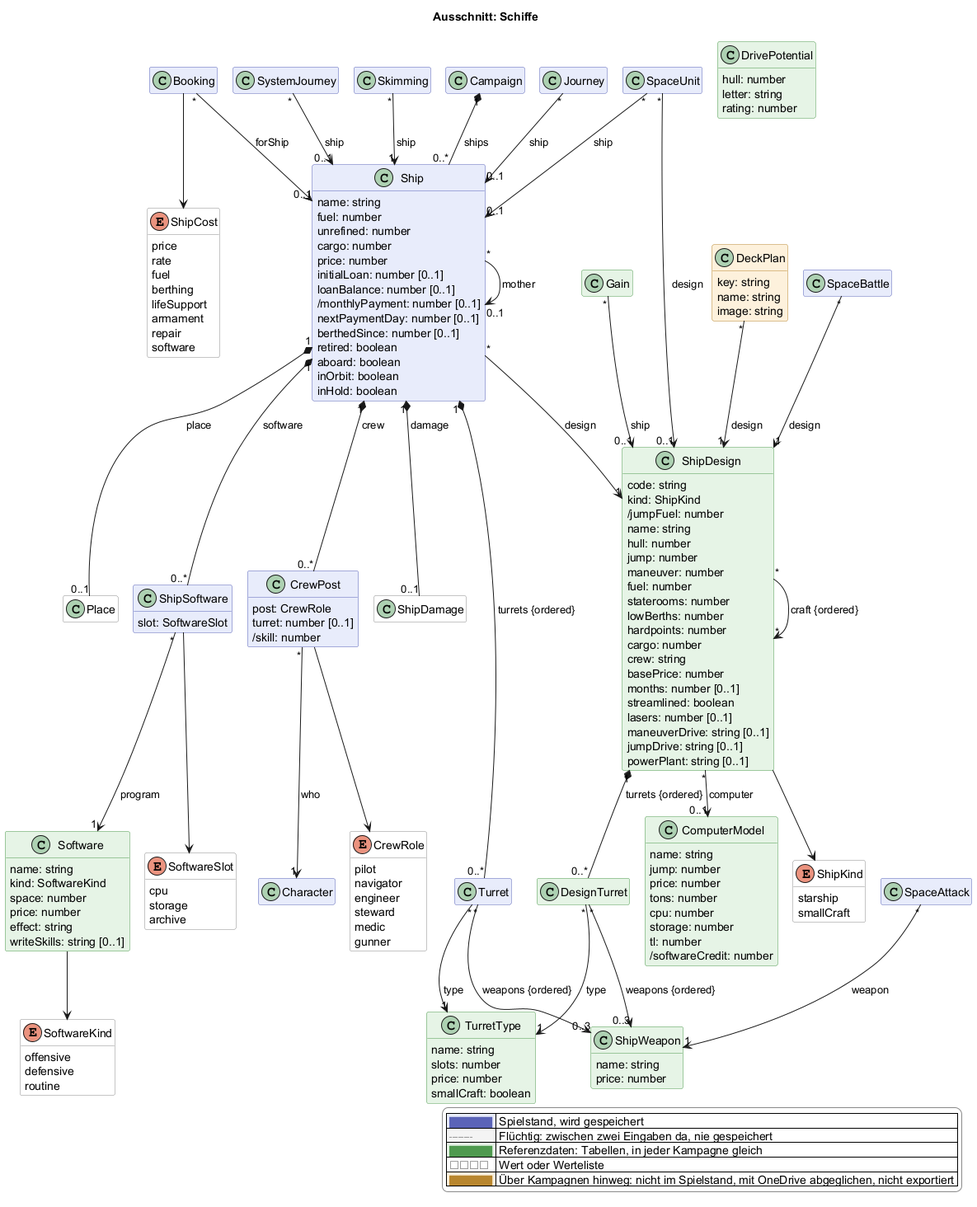
Above: docs/views/schiffe.png in scuzzar/SRE (PlantUML), before the change.
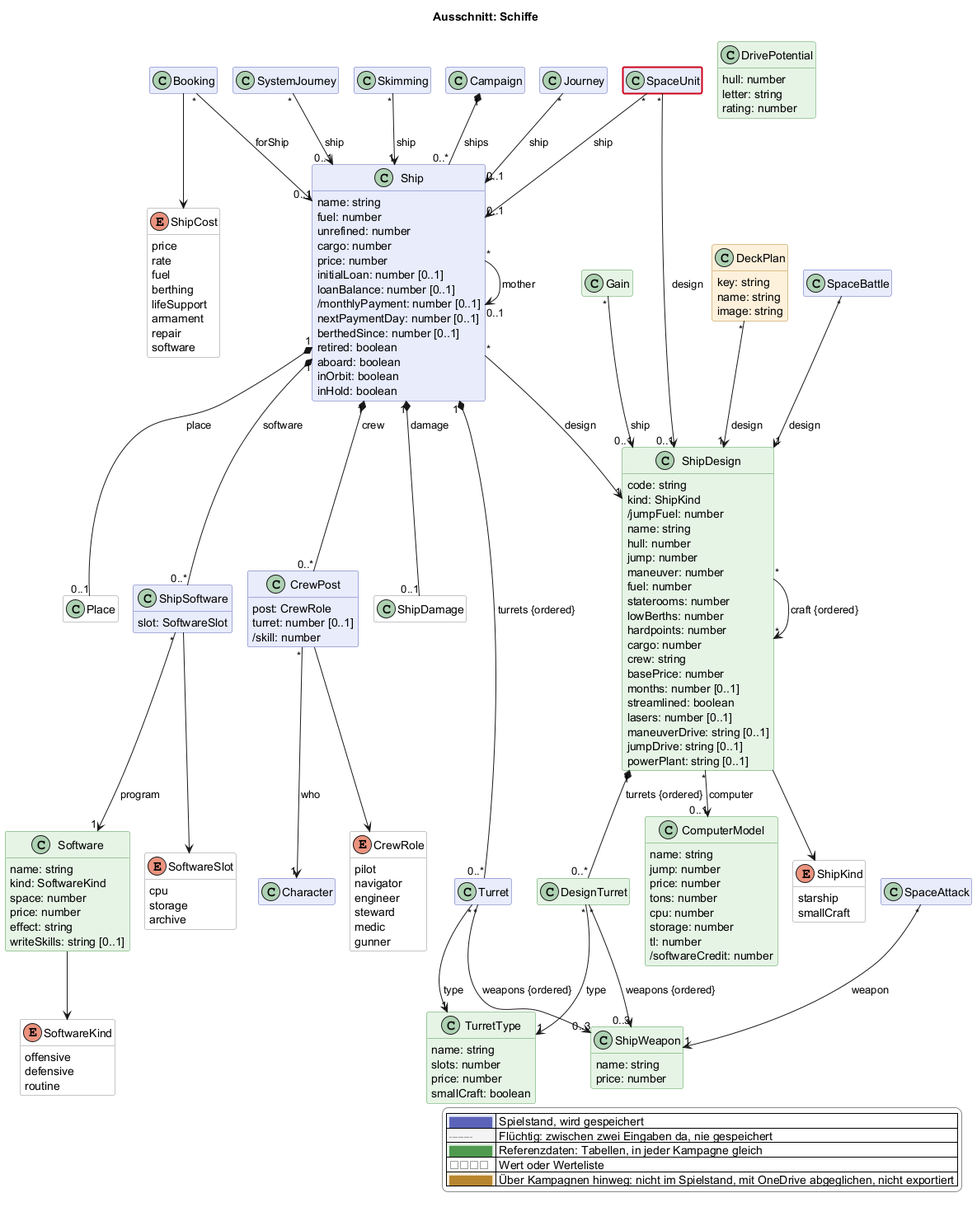
Later version of the same file.

Diff of the diagram source:
```diff
@@ -265,4 +265,5 @@
   |<#ffffff> <color:#8a8a8a>□□□□</color> | Wert oder Werteliste |
   |<#fdf1dc> <color:#b8862e>████</color> | Über Kampagnen hinweg: nicht im Spielstand, mit OneDrive abgeglichen, nicht exportiert |
 endlegend
+class SpaceUnit #line:d0021b;line.bold
 @enduml
```
